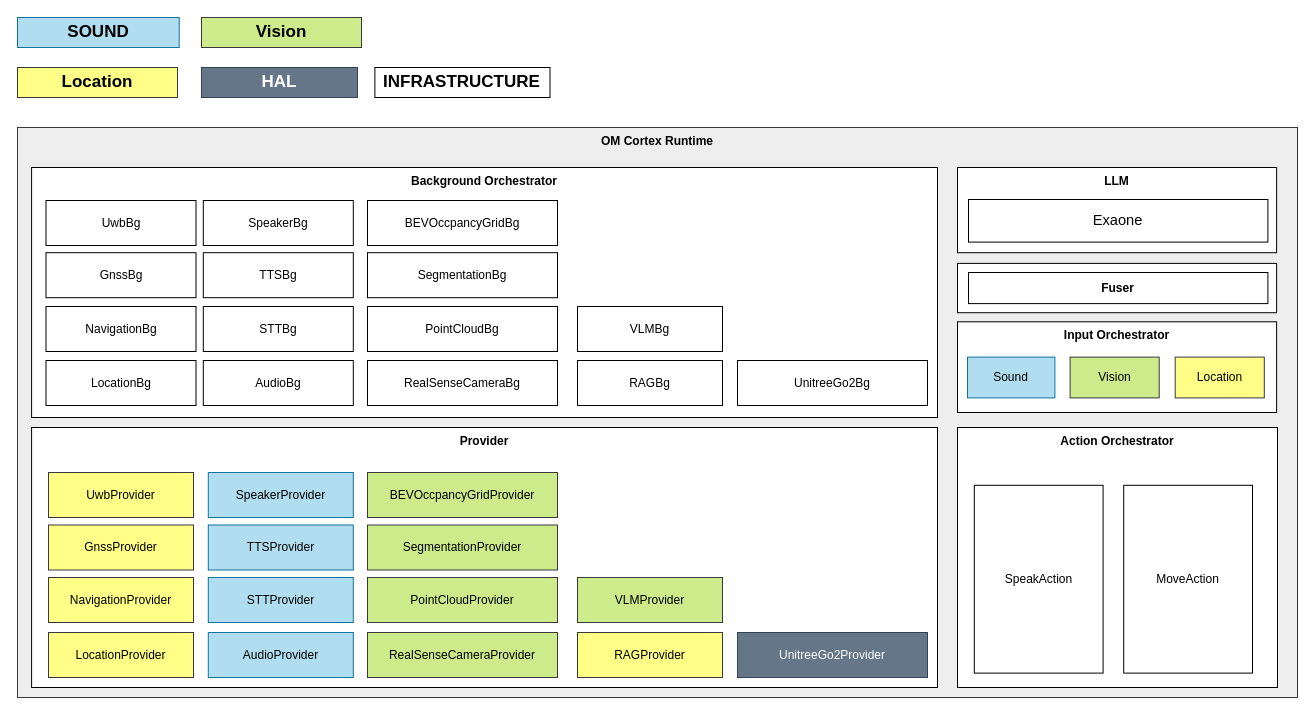
Before: page "SW Architecture" (3 of 7) of docs/Diagrams.drawio in AI-Robot-SW/openmind-interaction-autonomy, a draw.io diagram. Source tidied: cells renumbered, new cells numbered last; positions are measured from the earlier drawing's top-left corner, leaving out a move shared by most shapes. Both pictures are drawn from the tidied source at 100%, with x=0, y=0 at pixel (17, 17).
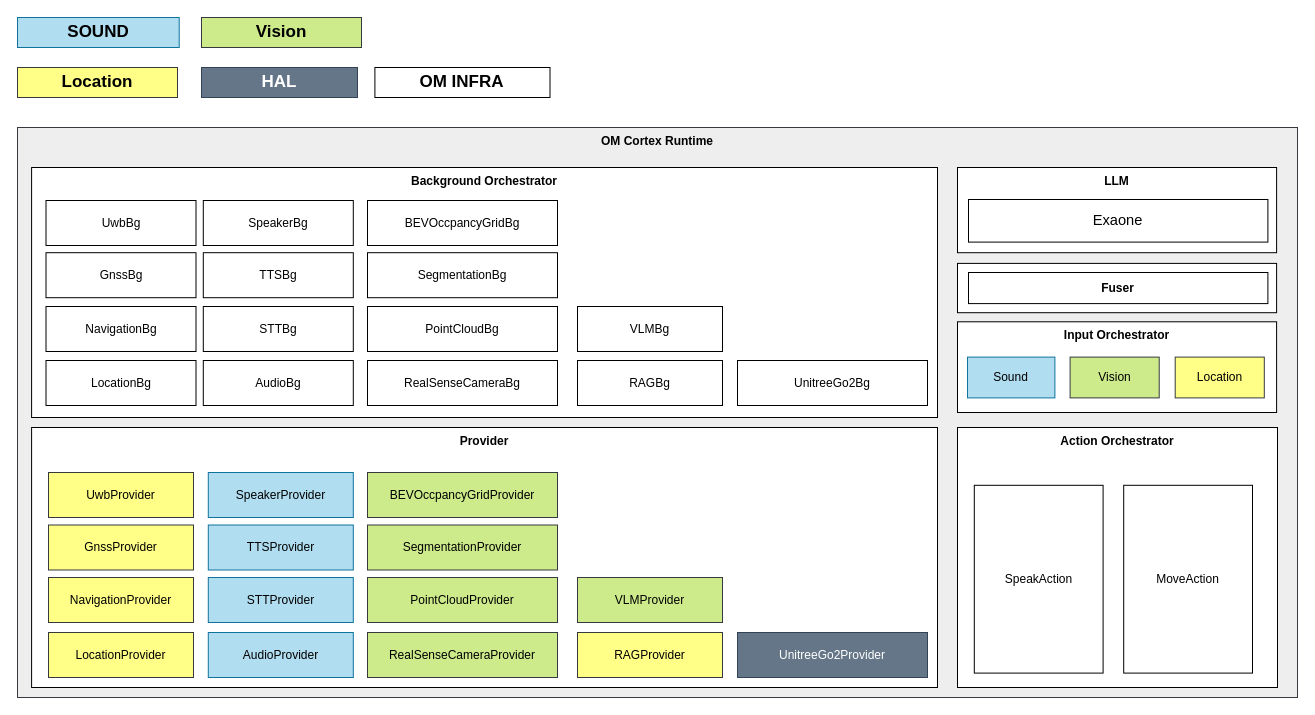
After the change.

The edit, as a diff of the source:
```diff
@@
-    <mxCell id="31" value="&lt;font style=&quot;font-size: 17px;&quot;&gt;&lt;b&gt;INFRASTRUCTURE&lt;/b&gt;&lt;/font&gt;" style="text;html=1;whiteSpace=wrap;align=center;verticalAlign=middle;rounded=0;strokeColor=default;" parent="1" vertex="1">
+    <mxCell id="31" value="&lt;font style=&quot;font-size: 17px;&quot;&gt;&lt;b&gt;OM INFRA&lt;/b&gt;&lt;/font&gt;" style="text;html=1;whiteSpace=wrap;align=center;verticalAlign=middle;rounded=0;strokeColor=default;" parent="1" vertex="1">
       <mxGeometry x="357.4" y="50" width="175.1" height="30" as="geometry" />
     </mxCell>
```
